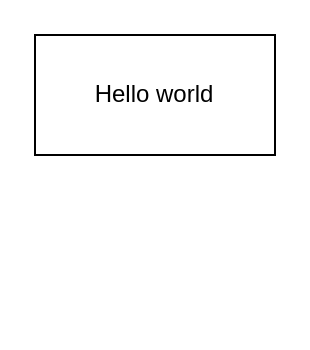
iwanwang-0/doc keeps this draw.io diagram as helloworld.drawio. Above is the earlier version. Source tidied: cells renumbered, new cells numbered last; positions are measured from the earlier drawing's top-left corner, leaving out a move shared by most shapes. Both pictures are drawn from the tidied source at 200%, with x=0, y=0 at pixel (34, 34).
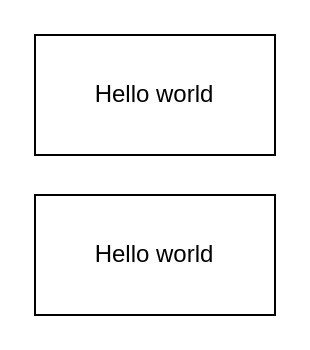
The same page after the edit.

The edit, as a diff of the source:
```diff
@@
 <mxGraphModel>
   <root>
     <mxCell id="0" />
     <mxCell id="1" parent="0" />
     <mxCell id="2" value="Hello world" style="rounded=0;whiteSpace=wrap;html=1;" parent="1" vertex="1">
       <mxGeometry width="120" height="60" as="geometry" />
     </mxCell>
+    <mxCell id="3" value="Hello world" style="rounded=0;whiteSpace=wrap;html=1;" parent="1" vertex="1">
+      <mxGeometry y="80" width="120" height="60" as="geometry" />
+    </mxCell>
   </root>
 </mxGraphModel>
```
